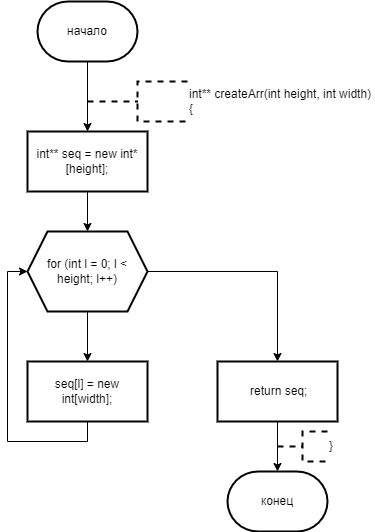
The draw.io diagram Sem_2/Labs/LAB_5/lab_5_createArr.drawio.png in ksinph/PSTU_LABS_2023, before a commit. Source tidied: cells renumbered, new cells last; positions are measured from the earlier drawing's top-left corner, leaving out a move shared by most shapes.
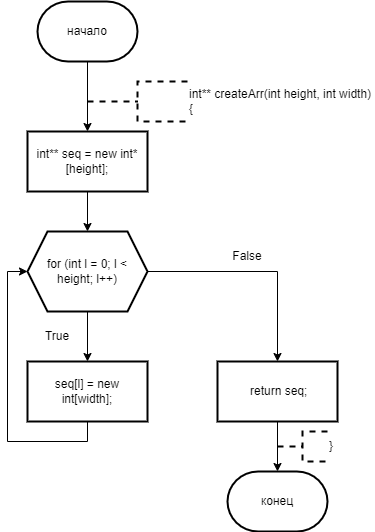
After the change.

Change to the diagram source:
```diff
@@ -44,5 +44,11 @@
     <mxCell id="15" value="}" style="strokeWidth=2;html=1;shape=mxgraph.flowchart.annotation_2;align=left;labelPosition=right;dashed=1;" parent="1" vertex="1">
       <mxGeometry x="250" y="430" width="50" height="30" as="geometry" />
     </mxCell>
+    <mxCell id="16" value="True" style="text;html=1;align=center;verticalAlign=middle;whiteSpace=wrap;rounded=0;" parent="1" vertex="1">
+      <mxGeometry y="320" width="60" height="30" as="geometry" />
+    </mxCell>
+    <mxCell id="17" value="False" style="text;html=1;align=center;verticalAlign=middle;whiteSpace=wrap;rounded=0;" parent="1" vertex="1">
+      <mxGeometry x="190" y="240" width="60" height="30" as="geometry" />
+    </mxCell>
   </root>
 </mxGraphModel>
```
